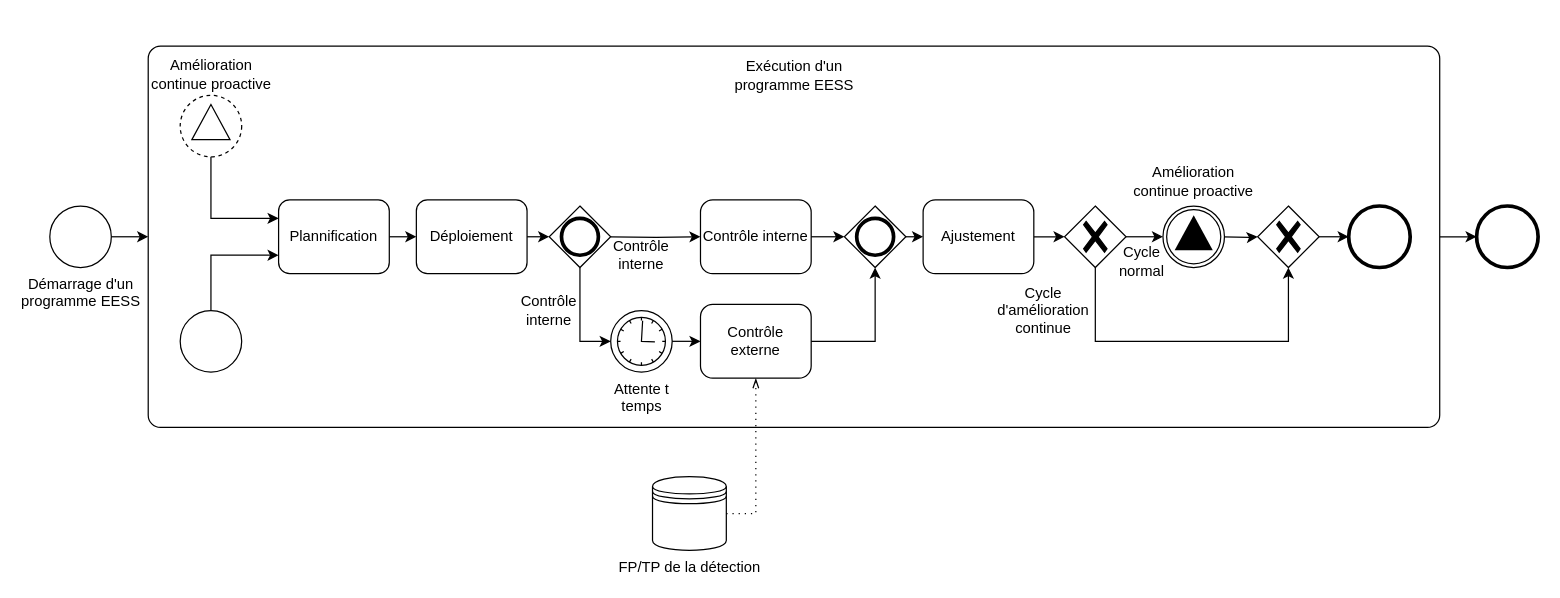
This is contribution/prevention_continue.drawio from netmme/cyber-diagramme-d-activites, a draw.io file, before an edit. Source tidied: cells renumbered, new cells numbered last; positions are measured from the earlier drawing's top-left corner, leaving out a move shared by most shapes. Both pictures are drawn from the tidied source at 123%, with x=0, y=0 at pixel (49, 46).
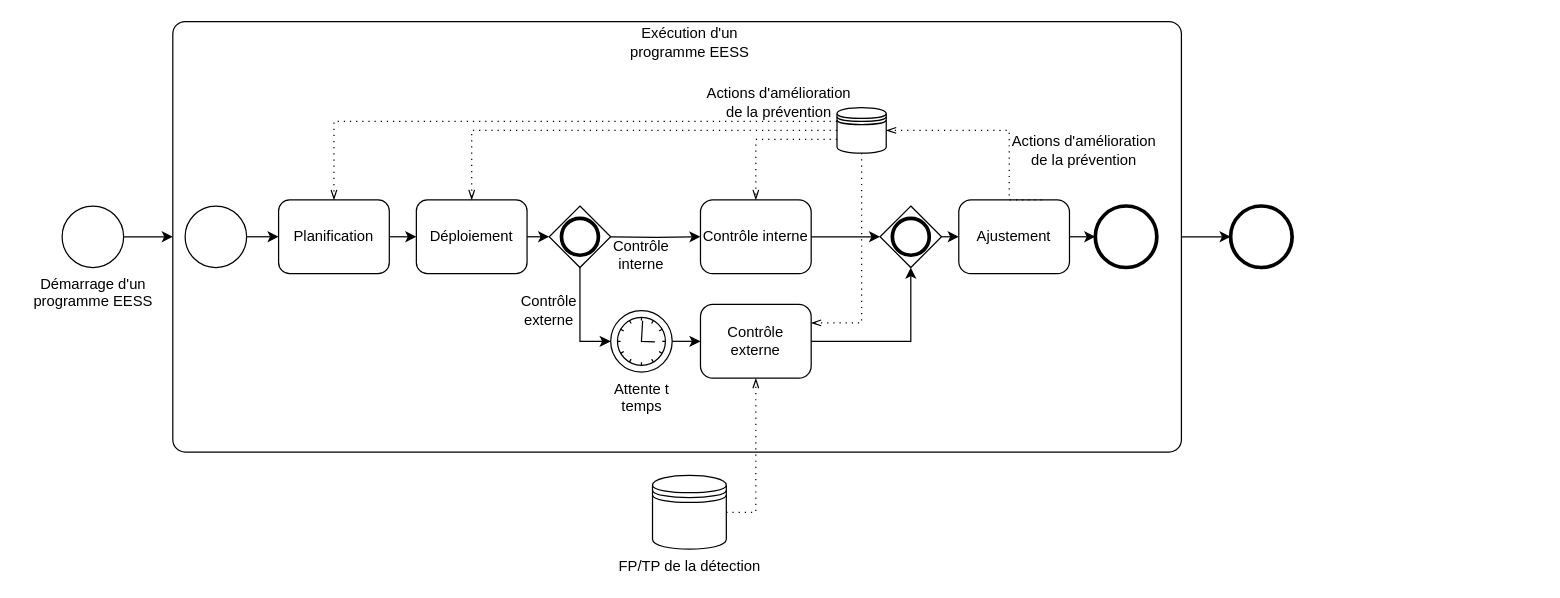
The same diagram, later.

Commit message:
actions d'amélioration

Unchanged cells that the change refers to:
```xml
<mxCell id="13" value="Contrôle interne" style="points=[[0.25,0,0],[0.5,0,0],[0.75,0,0],[1,0.25,0],[1,0.5,0],[1,0.75,0],[0.75,1,0],[0.5,1,0],[0.25,1,0],[0,0.75,0],[0,0.5,0],[0,0.25,0]];shape=mxgraph.bpmn.task;whiteSpace=wrap;rectStyle=rounded;size=10;html=1;taskMarker=abstract;" parent="1" vertex="1">
  <mxGeometry x="529" y="125" width="90" height="60" as="geometry" />
</mxCell>
<mxCell id="14" value="Déploiement" style="rounded=1;whiteSpace=wrap;html=1;" parent="1" vertex="1">
  <mxGeometry x="298" y="125" width="90" height="60" as="geometry" />
</mxCell>
<mxCell id="23" value="Contrôle externe" style="points=[[0.25,0,0],[0.5,0,0],[0.75,0,0],[1,0.25,0],[1,0.5,0],[1,0.75,0],[0.75,1,0],[0.5,1,0],[0.25,1,0],[0,0.75,0],[0,0.5,0],[0,0.25,0]];shape=mxgraph.bpmn.task;whiteSpace=wrap;rectStyle=rounded;size=10;html=1;taskMarker=abstract;" parent="1" vertex="1">
  <mxGeometry x="529" y="210" width="90" height="60" as="geometry" />
</mxCell>
```

The edit, as a diff of the source:
```diff
@@
     <mxCell id="3" style="points=[[0.25,0,0],[0.5,0,0],[0.75,0,0],[1,0.25,0],[1,0.5,0],[1,0.75,0],[0.75,1,0],[0.5,1,0],[0.25,1,0],[0,0.75,0],[0,0.5,0],[0,0.25,0]];shape=mxgraph.bpmn.task;whiteSpace=wrap;rectStyle=rounded;size=10;html=1;taskMarker=abstract;" parent="1" vertex="1">
-      <mxGeometry x="80" width="1050" height="310" as="geometry" />
+      <mxGeometry x="100" y="-20" width="820" height="350" as="geometry" />
     </mxCell>
     <mxCell id="4" value="FP/TP de la détection" style="shape=datastore;html=1;labelPosition=center;verticalLabelPosition=bottom;align=center;verticalAlign=top;" parent="1" vertex="1">
-      <mxGeometry x="490" y="350" width="60" height="60" as="geometry" />
+      <mxGeometry x="490" y="349" width="60" height="60" as="geometry" />
     </mxCell>
@@
     <mxCell id="7" value="Démarrage d'un&lt;br&gt;programme EESS" style="points=[[0.145,0.145,0],[0.5,0,0],[0.855,0.145,0],[1,0.5,0],[0.855,0.855,0],[0.5,1,0],[0.145,0.855,0],[0,0.5,0]];shape=mxgraph.bpmn.event;html=1;verticalLabelPosition=bottom;labelBackgroundColor=#ffffff;verticalAlign=top;align=center;perimeter=ellipsePerimeter;outlineConnect=0;outline=standard;symbol=general;" parent="1" vertex="1">
-      <mxGeometry y="130" width="50" height="50" as="geometry" />
+      <mxGeometry x="10" y="130" width="50" height="50" as="geometry" />
     </mxCell>
     <mxCell id="8" style="points=[[0.145,0.145,0],[0.5,0,0],[0.855,0.145,0],[1,0.5,0],[0.855,0.855,0],[0.5,1,0],[0.145,0.855,0],[0,0.5,0]];shape=mxgraph.bpmn.event;html=1;verticalLabelPosition=bottom;labelBackgroundColor=#ffffff;verticalAlign=top;align=center;perimeter=ellipsePerimeter;outlineConnect=0;outline=end;symbol=terminate2;" parent="1" vertex="1">
-      <mxGeometry x="1160" y="130" width="50" height="50" as="geometry" />
+      <mxGeometry x="960" y="130" width="50" height="50" as="geometry" />
     </mxCell>
     <mxCell id="9" value="Exécution d'un programme EESS" style="text;html=1;strokeColor=none;fillColor=none;align=center;verticalAlign=middle;whiteSpace=wrap;rounded=0;" parent="1" vertex="1">
-      <mxGeometry x="547.5" y="7" width="115" height="34.1" as="geometry" />
+      <mxGeometry x="462.5" y="-20" width="115" height="34.1" as="geometry" />
     </mxCell>
     <mxCell id="10" style="points=[[0.145,0.145,0],[0.5,0,0],[0.855,0.145,0],[1,0.5,0],[0.855,0.855,0],[0.5,1,0],[0.145,0.855,0],[0,0.5,0]];shape=mxgraph.bpmn.event;html=1;verticalLabelPosition=bottom;labelBackgroundColor=#ffffff;verticalAlign=top;align=center;perimeter=ellipsePerimeter;outlineConnect=0;outline=end;symbol=terminate2;" parent="1" vertex="1">
-      <mxGeometry x="1056" y="130" width="50" height="50" as="geometry" />
+      <mxGeometry x="850" y="130" width="50" height="50" as="geometry" />
     </mxCell>
-    <mxCell id="11" style="points=[[0.25,0.25,0],[0.5,0,0],[0.75,0.25,0],[1,0.5,0],[0.75,0.75,0],[0.5,1,0],[0.25,0.75,0],[0,0.5,0]];shape=mxgraph.bpmn.gateway2;html=1;verticalLabelPosition=bottom;labelBackgroundColor=#ffffff;verticalAlign=top;align=center;perimeter=rhombusPerimeter;outlineConnect=0;outline=none;symbol=none;gwType=exclusive;" parent="1" vertex="1">
-      <mxGeometry x="982" y="130" width="50" height="50" as="geometry" />
-    </mxCell>
-    <mxCell id="12" style="points=[[0.25,0.25,0],[0.5,0,0],[0.75,0.25,0],[1,0.5,0],[0.75,0.75,0],[0.5,1,0],[0.25,0.75,0],[0,0.5,0]];shape=mxgraph.bpmn.gateway2;html=1;verticalLabelPosition=bottom;labelBackgroundColor=#ffffff;verticalAlign=top;align=center;perimeter=rhombusPerimeter;outlineConnect=0;outline=none;symbol=none;gwType=exclusive;" parent="1" vertex="1">
-      <mxGeometry x="825" y="130" width="50" height="50" as="geometry" />
-    </mxCell>
@@
-    <mxCell id="15" value="Plannification" style="rounded=1;whiteSpace=wrap;html=1;" parent="1" vertex="1">
+    <mxCell id="15" value="Planification" style="rounded=1;whiteSpace=wrap;html=1;" parent="1" vertex="1">
       <mxGeometry x="186" y="125" width="90" height="60" as="geometry" />
     </mxCell>
-    <mxCell id="16" style="edgeStyle=orthogonalEdgeStyle;rounded=0;jettySize=auto;html=1;exitX=1;exitY=0.5;exitDx=0;exitDy=0;exitPerimeter=0;entryX=0;entryY=0.5;entryDx=0;entryDy=0;entryPerimeter=0;" parent="1" edge="1" source="11" target="10">
-      <mxGeometry relative="1" as="geometry" />
-    </mxCell>
-    <mxCell id="17" style="edgeStyle=orthogonalEdgeStyle;rounded=0;jettySize=auto;html=1;exitX=1;exitY=0.5;exitDx=0;exitDy=0;" parent="1" edge="1" target="11">
-      <mxGeometry relative="1" as="geometry">
-        <mxPoint x="954" y="155" as="sourcePoint" />
-      </mxGeometry>
-    </mxCell>
-    <mxCell id="18" style="edgeStyle=orthogonalEdgeStyle;rounded=0;jettySize=auto;html=1;exitX=1;exitY=0.5;exitDx=0;exitDy=0;exitPerimeter=0;entryX=0;entryY=0.5;entryDx=0;entryDy=0;entryPerimeter=0;" parent="1" edge="1" source="12" target="41">
-      <mxGeometry relative="1" as="geometry" />
-    </mxCell>
-    <mxCell id="19" style="edgeStyle=orthogonalEdgeStyle;rounded=0;jettySize=auto;html=1;exitX=0.5;exitY=1;exitDx=0;exitDy=0;exitPerimeter=0;entryX=0.5;entryY=1;entryDx=0;entryDy=0;entryPerimeter=0;" parent="1" edge="1" source="12" target="11">
-      <mxGeometry relative="1" as="geometry">
-        <Array as="points">
-          <mxPoint x="850" y="240" />
-          <mxPoint x="1007" y="240" />
-        </Array>
-      </mxGeometry>
-    </mxCell>
@@
-    <mxCell id="29" value="&lt;div&gt;Contrôle&lt;/div&gt;&lt;div&gt;interne&lt;/div&gt;" style="text;html=1;strokeColor=none;fillColor=none;align=center;verticalAlign=middle;whiteSpace=wrap;rounded=0;" parent="1" vertex="1">
+    <mxCell id="29" value="&lt;div&gt;Contrôle&lt;/div&gt;&lt;div&gt;externe&lt;/div&gt;" style="text;html=1;strokeColor=none;fillColor=none;align=center;verticalAlign=middle;whiteSpace=wrap;rounded=0;" parent="1" vertex="1">
       <mxGeometry x="376" y="200" width="60" height="30" as="geometry" />
     </mxCell>
@@
     <mxCell id="31" style="points=[[0.145,0.145,0],[0.5,0,0],[0.855,0.145,0],[1,0.5,0],[0.855,0.855,0],[0.5,1,0],[0.145,0.855,0],[0,0.5,0]];shape=mxgraph.bpmn.event;html=1;verticalLabelPosition=bottom;labelBackgroundColor=#ffffff;verticalAlign=top;align=center;perimeter=ellipsePerimeter;outlineConnect=0;outline=standard;symbol=general;" parent="1" vertex="1">
-      <mxGeometry x="106" y="215" width="50" height="50" as="geometry" />
+      <mxGeometry x="110" y="130" width="50" height="50" as="geometry" />
     </mxCell>
-    <mxCell id="32" style="edgeStyle=orthogonalEdgeStyle;rounded=0;jettySize=auto;html=1;exitX=0.5;exitY=0;exitDx=0;exitDy=0;exitPerimeter=0;entryX=0;entryY=0.75;entryDx=0;entryDy=0;" parent="1" edge="1" source="31" target="15">
-      <mxGeometry relative="1" as="geometry" />
+    <mxCell id="32" style="edgeStyle=orthogonalEdgeStyle;rounded=0;jettySize=auto;html=1;exitX=1;exitY=0.5;exitDx=0;exitDy=0;exitPerimeter=0;" parent="1" edge="1" source="31">
+      <mxGeometry relative="1" as="geometry">
+        <mxPoint x="186" y="155" as="targetPoint" />
+      </mxGeometry>
     </mxCell>
-    <mxCell id="33" value="Amélioration&lt;br&gt;continue&amp;nbsp;proactive" style="points=[[0.145,0.145,0],[0.5,0,0],[0.855,0.145,0],[1,0.5,0],[0.855,0.855,0],[0.5,1,0],[0.145,0.855,0],[0,0.5,0]];shape=mxgraph.bpmn.event;html=1;verticalLabelPosition=top;labelBackgroundColor=#ffffff;verticalAlign=bottom;align=center;perimeter=ellipsePerimeter;outlineConnect=0;outline=eventNonint;symbol=signal;labelPosition=center;" parent="1" vertex="1">
-      <mxGeometry x="106" y="40" width="50" height="50" as="geometry" />
-    </mxCell>
-    <mxCell id="34" style="edgeStyle=orthogonalEdgeStyle;rounded=0;jettySize=auto;html=1;exitX=0.5;exitY=1;exitDx=0;exitDy=0;exitPerimeter=0;entryX=0;entryY=0.25;entryDx=0;entryDy=0;" parent="1" edge="1" source="33" target="15">
-      <mxGeometry relative="1" as="geometry" />
-    </mxCell>
-    <mxCell id="35" value="&lt;div&gt;Cycle d'amélioration continue&lt;/div&gt;" style="text;html=1;strokeColor=none;fillColor=none;align=center;verticalAlign=middle;whiteSpace=wrap;rounded=0;" parent="1" vertex="1">
-      <mxGeometry x="758" y="200" width="100" height="30" as="geometry" />
-    </mxCell>
-    <mxCell id="36" value="Cycle normal" style="text;html=1;strokeColor=none;fillColor=none;align=center;verticalAlign=middle;whiteSpace=wrap;rounded=0;" parent="1" vertex="1">
-      <mxGeometry x="858" y="160" width="60" height="30" as="geometry" />
-    </mxCell>
-    <mxCell id="37" value="Amélioration continue proactive" style="text;html=1;strokeColor=none;fillColor=none;align=center;verticalAlign=middle;whiteSpace=wrap;rounded=0;" parent="1" vertex="1">
-      <mxGeometry x="875" y="95" width="110" height="30" as="geometry" />
-    </mxCell>
@@
     <mxCell id="40" style="points=[[0.25,0.25,0],[0.5,0,0],[0.75,0.25,0],[1,0.5,0],[0.75,0.75,0],[0.5,1,0],[0.25,0.75,0],[0,0.5,0]];shape=mxgraph.bpmn.gateway2;html=1;verticalLabelPosition=bottom;labelBackgroundColor=#ffffff;verticalAlign=top;align=center;perimeter=rhombusPerimeter;outlineConnect=0;outline=end;symbol=general;" parent="1" vertex="1">
-      <mxGeometry x="646" y="130" width="50" height="50" as="geometry" />
+      <mxGeometry x="675" y="130" width="50" height="50" as="geometry" />
     </mxCell>
-    <mxCell id="41" style="points=[[0.145,0.145,0],[0.5,0,0],[0.855,0.145,0],[1,0.5,0],[0.855,0.855,0],[0.5,1,0],[0.145,0.855,0],[0,0.5,0]];shape=mxgraph.bpmn.event;html=1;verticalLabelPosition=bottom;labelBackgroundColor=#ffffff;verticalAlign=top;align=center;perimeter=ellipsePerimeter;outlineConnect=0;outline=throwing;symbol=signal;" parent="1" vertex="1">
-      <mxGeometry x="905" y="130" width="50" height="50" as="geometry" />
-    </mxCell>
-    <mxCell id="42" style="edgeStyle=orthogonalEdgeStyle;rounded=0;jettySize=auto;html=1;exitX=1;exitY=0.5;exitDx=0;exitDy=0;exitPerimeter=0;" parent="1" edge="1" source="43" target="12">
-      <mxGeometry relative="1" as="geometry" />
-    </mxCell>
+    <mxCell id="44" style="edgeStyle=orthogonalEdgeStyle;rounded=0;jettySize=auto;html=1;exitX=1;exitY=0.5;exitDx=0;exitDy=0;exitPerimeter=0;entryX=0;entryY=0.5;entryDx=0;entryDy=0;entryPerimeter=0;" parent="1" edge="1" source="43" target="10">
+      <mxGeometry relative="1" as="geometry" />
+    </mxCell>
     <mxCell id="43" value="Ajustement" style="points=[[0.25,0,0],[0.5,0,0],[0.75,0,0],[1,0.25,0],[1,0.5,0],[1,0.75,0],[0.75,1,0],[0.5,1,0],[0.25,1,0],[0,0.75,0],[0,0.5,0],[0,0.25,0]];shape=mxgraph.bpmn.task;whiteSpace=wrap;rectStyle=rounded;size=10;html=1;taskMarker=abstract;" parent="1" vertex="1">
-      <mxGeometry x="710" y="125" width="90" height="60" as="geometry" />
+      <mxGeometry x="739" y="125" width="90" height="60" as="geometry" />
     </mxCell>
+    <mxCell id="45" style="shape=datastore;html=1;labelPosition=center;verticalLabelPosition=bottom;align=center;verticalAlign=top;" parent="1" vertex="1">
+      <mxGeometry x="640" y="50" width="40" height="37" as="geometry" />
+    </mxCell>
+    <mxCell id="46" style="edgeStyle=elbowEdgeStyle;fontSize=12;html=1;endFill=0;startFill=0;endSize=6;startSize=6;dashed=1;dashPattern=1 4;endArrow=openThin;startArrow=none;rounded=0;exitX=0.75;exitY=0;exitDx=0;exitDy=0;exitPerimeter=0;entryX=1;entryY=0.5;entryDx=0;entryDy=0;" parent="1" edge="1" source="43" target="45">
+      <mxGeometry relative="1" as="geometry">
+        <Array as="points">
+          <mxPoint x="780" y="90" />
+        </Array>
+      </mxGeometry>
+    </mxCell>
+    <mxCell id="47" style="edgeStyle=elbowEdgeStyle;fontSize=12;html=1;endFill=0;startFill=0;endSize=6;startSize=6;dashed=1;dashPattern=1 4;endArrow=openThin;startArrow=none;rounded=0;exitX=0;exitY=0.3;exitDx=0;exitDy=0;entryX=0.5;entryY=0;entryDx=0;entryDy=0;" parent="1" edge="1" source="45" target="15">
+      <mxGeometry relative="1" as="geometry">
+        <Array as="points">
+          <mxPoint x="231" y="90" />
+        </Array>
+      </mxGeometry>
+    </mxCell>
+    <mxCell id="48" style="edgeStyle=elbowEdgeStyle;fontSize=12;html=1;endFill=0;startFill=0;endSize=6;startSize=6;dashed=1;dashPattern=1 4;endArrow=openThin;startArrow=none;rounded=0;exitX=0;exitY=0.5;exitDx=0;exitDy=0;entryX=0.5;entryY=0;entryDx=0;entryDy=0;" parent="1" edge="1" source="45" target="14">
+      <mxGeometry relative="1" as="geometry">
+        <Array as="points">
+          <mxPoint x="343" y="90" />
+          <mxPoint x="350" y="90" />
+          <mxPoint x="350" y="100" />
+        </Array>
+      </mxGeometry>
+    </mxCell>
+    <mxCell id="49" style="edgeStyle=elbowEdgeStyle;fontSize=12;html=1;endFill=0;startFill=0;endSize=6;startSize=6;dashed=1;dashPattern=1 4;endArrow=openThin;startArrow=none;rounded=0;exitX=0;exitY=0.7;exitDx=0;exitDy=0;entryX=0.5;entryY=0;entryDx=0;entryDy=0;entryPerimeter=0;" parent="1" edge="1" source="45" target="13">
+      <mxGeometry relative="1" as="geometry">
+        <Array as="points">
+          <mxPoint x="574" y="100" />
+        </Array>
+      </mxGeometry>
+    </mxCell>
+    <mxCell id="50" style="edgeStyle=elbowEdgeStyle;fontSize=12;html=1;endFill=0;startFill=0;endSize=6;startSize=6;dashed=1;dashPattern=1 4;endArrow=openThin;startArrow=none;rounded=0;exitX=0.5;exitY=1;exitDx=0;exitDy=0;entryX=1;entryY=0.25;entryDx=0;entryDy=0;entryPerimeter=0;" parent="1" edge="1" source="45" target="23">
+      <mxGeometry relative="1" as="geometry">
+        <Array as="points">
+          <mxPoint x="660" y="200" />
+          <mxPoint x="670" y="140" />
+          <mxPoint x="640" y="190" />
+        </Array>
+      </mxGeometry>
+    </mxCell>
+    <mxCell id="51" value="Actions d'amélioration de la prévention" style="text;html=1;strokeColor=none;fillColor=none;align=center;verticalAlign=middle;whiteSpace=wrap;rounded=0;" parent="1" vertex="1">
+      <mxGeometry x="776" y="70.1" width="130" height="30" as="geometry" />
+    </mxCell>
+    <mxCell id="52" value="Actions d'amélioration de la prévention" style="text;html=1;strokeColor=none;fillColor=none;align=center;verticalAlign=middle;whiteSpace=wrap;rounded=0;" parent="1" vertex="1">
+      <mxGeometry x="528" y="31" width="130" height="30" as="geometry" />
+    </mxCell>
```
